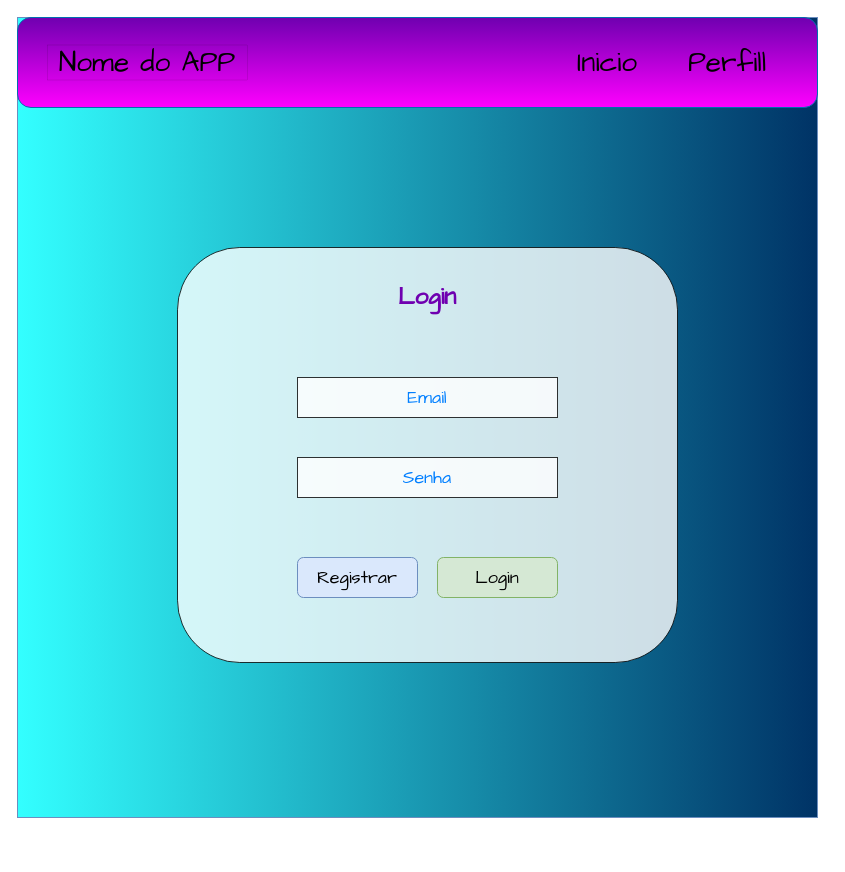
Above: page "login_page" (1 of 3) of projeto ferias.drawio in richlpn/sistema-gerenciador-insumos (draw.io), before the change. Source tidied: cells renumbered, new cells numbered last; positions are measured from the earlier drawing's top-left corner, leaving out a move shared by most shapes. Both pictures are drawn from the tidied source at 100%, with x=0, y=0 at pixel (17, 17).
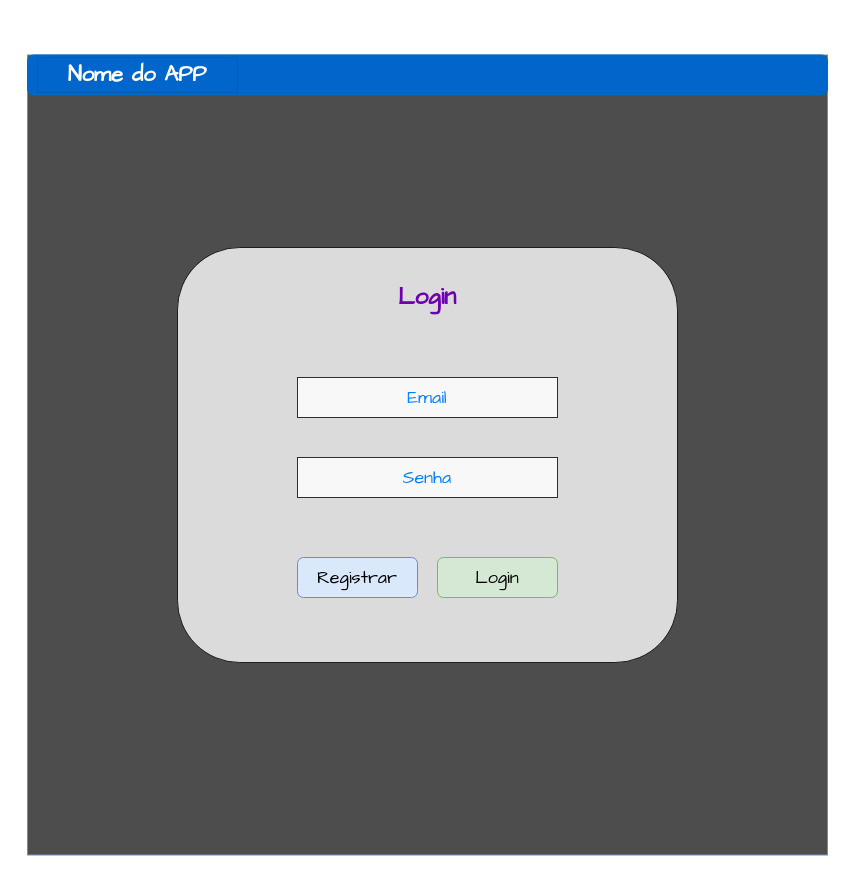
After the change.

Change to the diagram source:
```diff
@@
 <mxGraphModel>
   <root>
     <mxCell id="0" />
     <mxCell id="1" parent="0" />
-    <mxCell id="2" style="whiteSpace=wrap;html=1;fillColor=#003366;strokeColor=#6c8ebf;rounded=0;glass=0;gradientColor=#33FFFF;gradientDirection=west;" parent="1" vertex="1">
-      <mxGeometry width="800" height="800" as="geometry" />
+    <mxCell id="2" style="whiteSpace=wrap;html=1;fillColor=#4D4D4D;strokeColor=#6c8ebf;rounded=0;glass=0;gradientColor=none;gradientDirection=west;" parent="1" vertex="1">
+      <mxGeometry x="10" y="37.5" width="800" height="800" as="geometry" />
     </mxCell>
-    <mxCell id="3" style="rounded=1;whiteSpace=wrap;html=1;glass=0;fillColor=#6F00B0;strokeColor=#006EAF;fontColor=#ffffff;gradientColor=#FF00FF;gradientDirection=south;" parent="1" vertex="1">
-      <mxGeometry width="800" height="90" as="geometry" />
+    <mxCell id="3" style="rounded=1;whiteSpace=wrap;html=1;glass=0;fillColor=#0066CC;strokeColor=#006EAF;fontColor=#ffffff;gradientColor=none;gradientDirection=south;" parent="1" vertex="1">
+      <mxGeometry x="10" y="37.5" width="800" height="40" as="geometry" />
     </mxCell>
     <mxCell id="4" style="rounded=1;whiteSpace=wrap;html=1;glass=0;opacity=80;" parent="1" vertex="1">
       <mxGeometry x="160" y="230" width="500" height="415" as="geometry" />
     </mxCell>
     <mxCell id="5" value="&lt;h1&gt;&lt;font color=&quot;#6F00B0&quot;&gt;&lt;b&gt;Login&lt;/b&gt;&lt;/font&gt;&lt;/h1&gt;" style="rounded=0;whiteSpace=wrap;html=1;glass=0;strokeColor=none;labelBackgroundColor=none;labelBorderColor=none;fontFamily=Comic Sans MS;fillColor=none;" parent="1" vertex="1">
       <mxGeometry x="350" y="250" width="120" height="60" as="geometry" />
     </mxCell>
     <mxCell id="6" value="&lt;font style=&quot;font-size: 18px;&quot;&gt;Email&lt;/font&gt;" style="rounded=0;whiteSpace=wrap;html=1;glass=0;fontColor=#007FFF;opacity=80;fontSize=18;fontFamily=Comic Sans MS;" parent="1" vertex="1">
       <mxGeometry x="280" y="360" width="260" height="40" as="geometry" />
     </mxCell>
     <mxCell id="7" value="Senha" style="rounded=0;whiteSpace=wrap;html=1;glass=0;fontColor=#007FFF;opacity=80;fontSize=18;fontFamily=Comic Sans MS;" parent="1" vertex="1">
       <mxGeometry x="280" y="440" width="260" height="40" as="geometry" />
     </mxCell>
     <mxCell id="8" value="Login" style="rounded=1;whiteSpace=wrap;html=1;fontFamily=Comic Sans MS;fontSize=18;fillColor=#d5e8d4;strokeColor=#82b366;" parent="1" vertex="1">
       <mxGeometry x="420" y="540" width="120" height="40" as="geometry" />
     </mxCell>
     <mxCell id="9" value="Registrar" style="rounded=1;whiteSpace=wrap;html=1;fontFamily=Comic Sans MS;fontSize=18;fillColor=#dae8fc;strokeColor=#6c8ebf;" parent="1" vertex="1">
       <mxGeometry x="280" y="540" width="120" height="40" as="geometry" />
     </mxCell>
-    <mxCell id="10" value="Nome do APP" style="rounded=0;html=1;labelBackgroundColor=none;labelBorderColor=none;fontFamily=Comic Sans MS;fontSize=28;fillColor=none;fontColor=default;shadow=0;sketch=0;glass=0;whiteSpace=wrap;strokeWidth=0;" parent="1" vertex="1">
-      <mxGeometry x="30" y="27.5" width="200" height="35" as="geometry" />
+    <mxCell id="10" value="Nome do APP" style="rounded=0;html=1;labelBackgroundColor=none;labelBorderColor=none;fontFamily=Comic Sans MS;fontSize=22;fillColor=none;fontColor=#FFFFFF;shadow=0;sketch=0;glass=0;whiteSpace=wrap;strokeWidth=0;fontStyle=1;" parent="1" vertex="1">
+      <mxGeometry x="20" y="40" width="200" height="35" as="geometry" />
     </mxCell>
-    <mxCell id="11" value="Inicio" style="text;html=1;strokeColor=none;fillColor=none;align=center;verticalAlign=middle;whiteSpace=wrap;rounded=0;shadow=0;glass=0;labelBackgroundColor=none;labelBorderColor=none;sketch=0;fontFamily=Comic Sans MS;fontSize=28;fontColor=default;" parent="1" vertex="1">
-      <mxGeometry x="560" y="30" width="60" height="30" as="geometry" />
-    </mxCell>
-    <mxCell id="12" value="Perfill" style="text;html=1;strokeColor=none;fillColor=none;align=center;verticalAlign=middle;whiteSpace=wrap;rounded=0;shadow=0;glass=0;labelBackgroundColor=none;labelBorderColor=none;sketch=0;fontFamily=Comic Sans MS;fontSize=28;fontColor=default;" parent="1" vertex="1">
-      <mxGeometry x="680" y="11.2" width="60" height="67.5" as="geometry" />
-    </mxCell>
   </root>
 </mxGraphModel>
```
